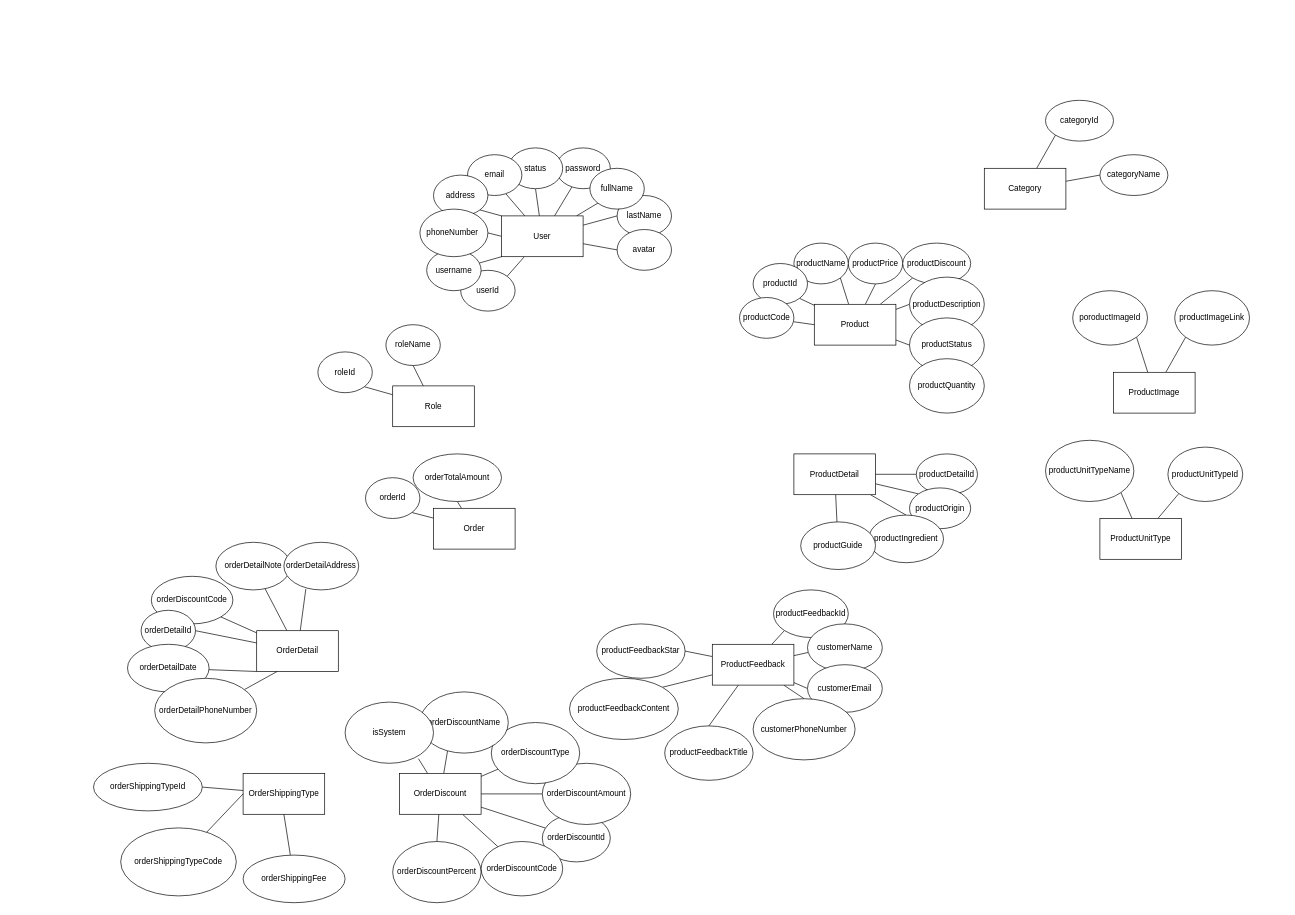
The draw.io diagram page "Entity" (1 of 2) of Documents/Database Design/DatabaseDesign.drawio in ngoclp2000/ProjectGR, before the edit. Source tidied: cells renumbered, new cells numbered last; positions are measured from the earlier drawing's top-left corner, leaving out a move shared by most shapes. Both pictures are drawn from the tidied source at 68%, with x=0, y=0 at pixel (93, 100).
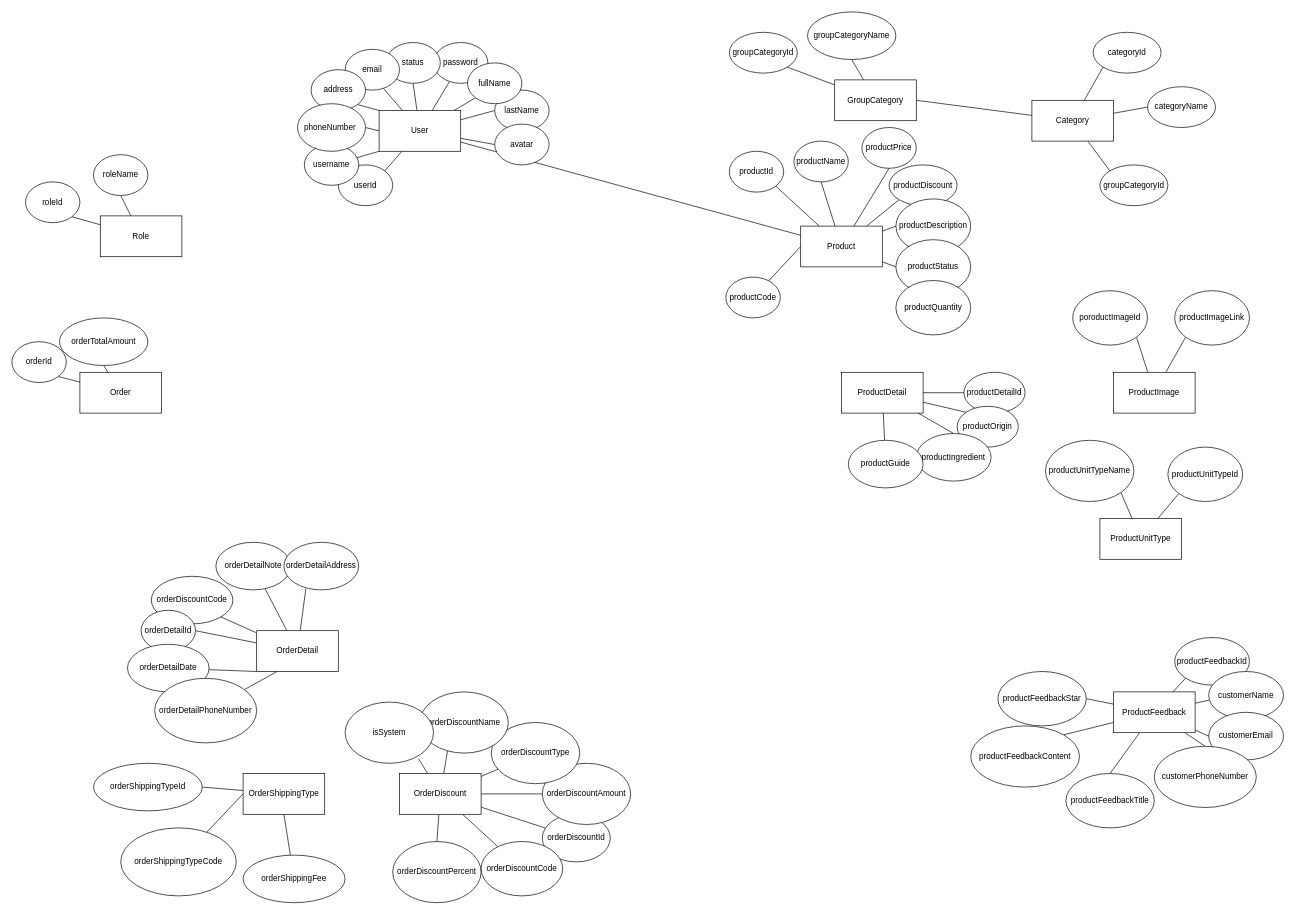
Above is the later version.

Diff of the diagram source:
```diff
@@
-    <mxCell id="3" style="edgeStyle=none;rounded=0;jettySize=auto;html=1;entryX=1;entryY=1;entryDx=0;entryDy=0;endArrow=none;endFill=0;" parent="1" edge="1" source="8" target="36">
+    <mxCell id="3" style="edgeStyle=none;rounded=0;jettySize=auto;html=1;entryX=0.5;entryY=1;entryDx=0;entryDy=0;endArrow=none;endFill=0;" parent="1" edge="1" source="8" target="36">
       <mxGeometry relative="1" as="geometry" />
     </mxCell>
@@
     <mxCell id="8" value="Product" style="rounded=0;whiteSpace=wrap;html=1;" parent="1" vertex="1">
-      <mxGeometry x="1060" y="300" width="120" height="60" as="geometry" />
+      <mxGeometry x="1040" y="185" width="120" height="60" as="geometry" />
     </mxCell>
@@
+    <mxCell id="123" style="edgeStyle=none;rounded=0;jettySize=auto;html=1;endArrow=none;endFill=0;" parent="1" edge="1" source="19" target="8">
+      <mxGeometry relative="1" as="geometry" />
+    </mxCell>
     <mxCell id="19" value="User" style="rounded=0;whiteSpace=wrap;html=1;" parent="1" vertex="1">
-      <mxGeometry x="600" y="170" width="120" height="60" as="geometry" />
+      <mxGeometry x="420" y="15" width="120" height="60" as="geometry" />
     </mxCell>
     <mxCell id="20" value="password" style="ellipse;whiteSpace=wrap;html=1;" parent="1" vertex="1">
-      <mxGeometry x="680" y="70" width="80" height="60" as="geometry" />
+      <mxGeometry x="500" y="-85" width="80" height="60" as="geometry" />
     </mxCell>
     <mxCell id="21" value="status" style="ellipse;whiteSpace=wrap;html=1;" parent="1" vertex="1">
-      <mxGeometry x="610" y="70" width="80" height="60" as="geometry" />
+      <mxGeometry x="430" y="-85" width="80" height="60" as="geometry" />
     </mxCell>
     <mxCell id="22" value="email" style="ellipse;whiteSpace=wrap;html=1;" parent="1" vertex="1">
-      <mxGeometry x="550" y="80" width="80" height="60" as="geometry" />
+      <mxGeometry x="370" y="-75" width="80" height="60" as="geometry" />
     </mxCell>
     <mxCell id="23" value="userId" style="ellipse;whiteSpace=wrap;html=1;" parent="1" vertex="1">
-      <mxGeometry x="540" y="250" width="80" height="60" as="geometry" />
+      <mxGeometry x="360" y="95" width="80" height="60" as="geometry" />
     </mxCell>
     <mxCell id="24" value="username" style="ellipse;whiteSpace=wrap;html=1;" parent="1" vertex="1">
-      <mxGeometry x="490" y="220" width="80" height="60" as="geometry" />
+      <mxGeometry x="310" y="65" width="80" height="60" as="geometry" />
     </mxCell>
     <mxCell id="25" value="address" style="ellipse;whiteSpace=wrap;html=1;" parent="1" vertex="1">
-      <mxGeometry x="500" y="110" width="80" height="60" as="geometry" />
+      <mxGeometry x="320" y="-45" width="80" height="60" as="geometry" />
     </mxCell>
     <mxCell id="26" value="phoneNumber&lt;span style=&quot;white-space: pre;&quot;&gt;&#9;&lt;/span&gt;" style="ellipse;whiteSpace=wrap;html=1;" parent="1" vertex="1">
-      <mxGeometry x="480" y="160" width="100" height="70" as="geometry" />
+      <mxGeometry x="300" y="5" width="100" height="70" as="geometry" />
     </mxCell>
     <mxCell id="27" value="lastName" style="ellipse;whiteSpace=wrap;html=1;" parent="1" vertex="1">
-      <mxGeometry x="770" y="140" width="80" height="60" as="geometry" />
+      <mxGeometry x="590" y="-15" width="80" height="60" as="geometry" />
     </mxCell>
     <mxCell id="28" value="fullName" style="ellipse;whiteSpace=wrap;html=1;" parent="1" vertex="1">
-      <mxGeometry x="730" y="100" width="80" height="60" as="geometry" />
+      <mxGeometry x="550" y="-55" width="80" height="60" as="geometry" />
     </mxCell>
     <mxCell id="29" value="avatar" style="ellipse;whiteSpace=wrap;html=1;" parent="1" vertex="1">
-      <mxGeometry x="770" y="190" width="80" height="60" as="geometry" />
+      <mxGeometry x="590" y="35" width="80" height="60" as="geometry" />
     </mxCell>
@@
     <mxCell id="32" value="Role" style="rounded=0;whiteSpace=wrap;html=1;" parent="1" vertex="1">
-      <mxGeometry x="440" y="420" width="120" height="60" as="geometry" />
+      <mxGeometry x="10" y="170" width="120" height="60" as="geometry" />
     </mxCell>
     <mxCell id="33" value="roleId" style="ellipse;whiteSpace=wrap;html=1;" parent="1" vertex="1">
-      <mxGeometry x="330" y="370" width="80" height="60" as="geometry" />
+      <mxGeometry x="-100" y="120" width="80" height="60" as="geometry" />
     </mxCell>
     <mxCell id="34" value="roleName" style="ellipse;whiteSpace=wrap;html=1;" parent="1" vertex="1">
-      <mxGeometry x="430" y="330" width="80" height="60" as="geometry" />
+      <mxGeometry y="80" width="80" height="60" as="geometry" />
     </mxCell>
     <mxCell id="35" value="productPrice" style="ellipse;whiteSpace=wrap;html=1;" parent="1" vertex="1">
-      <mxGeometry x="1110" y="210" width="80" height="60" as="geometry" />
+      <mxGeometry x="1130" y="40" width="80" height="60" as="geometry" />
     </mxCell>
     <mxCell id="36" value="productName" style="ellipse;whiteSpace=wrap;html=1;" parent="1" vertex="1">
-      <mxGeometry x="1030" y="210" width="80" height="60" as="geometry" />
+      <mxGeometry x="1030" y="60" width="80" height="60" as="geometry" />
     </mxCell>
     <mxCell id="37" value="productDiscount" style="ellipse;whiteSpace=wrap;html=1;" parent="1" vertex="1">
-      <mxGeometry x="1190" y="210" width="100" height="60" as="geometry" />
+      <mxGeometry x="1170" y="95" width="100" height="60" as="geometry" />
     </mxCell>
     <mxCell id="38" value="productDescription" style="ellipse;whiteSpace=wrap;html=1;" parent="1" vertex="1">
-      <mxGeometry x="1200" y="260" width="110" height="80" as="geometry" />
+      <mxGeometry x="1180" y="145" width="110" height="80" as="geometry" />
     </mxCell>
     <mxCell id="39" value="productId" style="ellipse;whiteSpace=wrap;html=1;" parent="1" vertex="1">
-      <mxGeometry x="970" y="240" width="80" height="60" as="geometry" />
+      <mxGeometry x="935" y="75" width="80" height="60" as="geometry" />
     </mxCell>
     <mxCell id="40" value="productStatus" style="ellipse;whiteSpace=wrap;html=1;" parent="1" vertex="1">
-      <mxGeometry x="1200" y="320" width="110" height="80" as="geometry" />
+      <mxGeometry x="1180" y="205" width="110" height="80" as="geometry" />
     </mxCell>
     <mxCell id="41" value="productQuantity" style="ellipse;whiteSpace=wrap;html=1;" parent="1" vertex="1">
-      <mxGeometry x="1200" y="380" width="110" height="80" as="geometry" />
+      <mxGeometry x="1180" y="265" width="110" height="80" as="geometry" />
     </mxCell>
@@
     <mxCell id="45" value="ProductDetail" style="rounded=0;whiteSpace=wrap;html=1;" parent="1" vertex="1">
-      <mxGeometry x="1030" y="520" width="120" height="60" as="geometry" />
+      <mxGeometry x="1100" y="400" width="120" height="60" as="geometry" />
     </mxCell>
@@
     <mxCell id="47" value="productDetailId" style="ellipse;whiteSpace=wrap;html=1;" parent="1" vertex="1">
-      <mxGeometry x="1210" y="520" width="90" height="60" as="geometry" />
+      <mxGeometry x="1280" y="400" width="90" height="60" as="geometry" />
     </mxCell>
     <mxCell id="48" value="productOrigin" style="ellipse;whiteSpace=wrap;html=1;" parent="1" vertex="1">
-      <mxGeometry x="1200" y="570" width="90" height="60" as="geometry" />
+      <mxGeometry x="1270" y="450" width="90" height="60" as="geometry" />
     </mxCell>
     <mxCell id="49" value="productIngredient" style="ellipse;whiteSpace=wrap;html=1;" parent="1" vertex="1">
-      <mxGeometry x="1140" y="610" width="110" height="70" as="geometry" />
+      <mxGeometry x="1210" y="490" width="110" height="70" as="geometry" />
     </mxCell>
     <mxCell id="50" value="productGuide" style="ellipse;whiteSpace=wrap;html=1;" parent="1" vertex="1">
-      <mxGeometry x="1040" y="620" width="110" height="70" as="geometry" />
+      <mxGeometry x="1110" y="500" width="110" height="70" as="geometry" />
     </mxCell>
@@
     <mxCell id="58" value="ProductFeedback" style="rounded=0;whiteSpace=wrap;html=1;" parent="1" vertex="1">
-      <mxGeometry x="910" y="800" width="120" height="60" as="geometry" />
+      <mxGeometry x="1500" y="870" width="120" height="60" as="geometry" />
     </mxCell>
     <mxCell id="59" value="productFeedbackId" style="ellipse;whiteSpace=wrap;html=1;" parent="1" vertex="1">
-      <mxGeometry x="1000" y="720" width="110" height="70" as="geometry" />
+      <mxGeometry x="1590" y="790" width="110" height="70" as="geometry" />
     </mxCell>
     <mxCell id="60" value="customerName" style="ellipse;whiteSpace=wrap;html=1;" parent="1" vertex="1">
-      <mxGeometry x="1050" y="770" width="110" height="70" as="geometry" />
+      <mxGeometry x="1640" y="840" width="110" height="70" as="geometry" />
     </mxCell>
     <mxCell id="61" value="customerEmail" style="ellipse;whiteSpace=wrap;html=1;" parent="1" vertex="1">
-      <mxGeometry x="1050" y="830" width="110" height="70" as="geometry" />
+      <mxGeometry x="1640" y="900" width="110" height="70" as="geometry" />
     </mxCell>
     <mxCell id="62" value="customerPhoneNumber" style="ellipse;whiteSpace=wrap;html=1;" parent="1" vertex="1">
-      <mxGeometry x="970" y="880" width="150" height="90" as="geometry" />
+      <mxGeometry x="1560" y="950" width="150" height="90" as="geometry" />
     </mxCell>
     <mxCell id="63" value="productFeedbackTitle" style="ellipse;whiteSpace=wrap;html=1;" parent="1" vertex="1">
-      <mxGeometry x="840" y="920" width="130" height="80" as="geometry" />
+      <mxGeometry x="1430" y="990" width="130" height="80" as="geometry" />
     </mxCell>
     <mxCell id="64" value="productFeedbackContent" style="ellipse;whiteSpace=wrap;html=1;" parent="1" vertex="1">
-      <mxGeometry x="700" y="850" width="160" height="90" as="geometry" />
+      <mxGeometry x="1290" y="920" width="160" height="90" as="geometry" />
     </mxCell>
     <mxCell id="65" value="productFeedbackStar" style="ellipse;whiteSpace=wrap;html=1;" parent="1" vertex="1">
-      <mxGeometry x="740" y="770" width="130" height="80" as="geometry" />
+      <mxGeometry x="1330" y="840" width="130" height="80" as="geometry" />
     </mxCell>
@@
     <mxCell id="77" value="productCode" style="ellipse;whiteSpace=wrap;html=1;" parent="1" vertex="1">
-      <mxGeometry x="950" y="290" width="80" height="60" as="geometry" />
+      <mxGeometry x="930" y="260" width="80" height="60" as="geometry" />
     </mxCell>
@@
     <mxCell id="80" value="Order" style="rounded=0;whiteSpace=wrap;html=1;" parent="1" vertex="1">
-      <mxGeometry x="500" y="600" width="120" height="60" as="geometry" />
+      <mxGeometry x="-20" y="400" width="120" height="60" as="geometry" />
     </mxCell>
     <mxCell id="81" value="orderId" style="ellipse;whiteSpace=wrap;html=1;" parent="1" vertex="1">
-      <mxGeometry x="400" y="555" width="80" height="60" as="geometry" />
+      <mxGeometry x="-120" y="355" width="80" height="60" as="geometry" />
     </mxCell>
@@
     <mxCell id="83" value="orderTotalAmount" style="ellipse;whiteSpace=wrap;html=1;" parent="1" vertex="1">
-      <mxGeometry x="470" y="520" width="130" height="70" as="geometry" />
+      <mxGeometry x="-50" y="320" width="130" height="70" as="geometry" />
     </mxCell>
@@
+    <mxCell id="124" style="rounded=0;jettySize=auto;html=1;entryX=0;entryY=0;entryDx=0;entryDy=0;endArrow=none;endFill=0;" parent="1" edge="1" source="114" target="129">
+      <mxGeometry relative="1" as="geometry" />
+    </mxCell>
+    <mxCell id="125" style="edgeStyle=none;rounded=0;jettySize=auto;html=1;entryX=1;entryY=0.5;entryDx=0;entryDy=0;endArrow=none;endFill=0;" parent="1" edge="1" source="114" target="128">
+      <mxGeometry relative="1" as="geometry" />
+    </mxCell>
     <mxCell id="114" value="Category" style="rounded=0;whiteSpace=wrap;html=1;" parent="1" vertex="1">
-      <mxGeometry x="1310" y="100" width="120" height="60" as="geometry" />
+      <mxGeometry x="1380" width="120" height="60" as="geometry" />
     </mxCell>
     <mxCell id="115" value="categoryId" style="ellipse;whiteSpace=wrap;html=1;" parent="1" vertex="1">
-      <mxGeometry x="1400" width="100" height="60" as="geometry" />
+      <mxGeometry x="1470" y="-100" width="100" height="60" as="geometry" />
     </mxCell>
     <mxCell id="116" value="categoryName" style="ellipse;whiteSpace=wrap;html=1;" parent="1" vertex="1">
-      <mxGeometry x="1480" y="80" width="100" height="60" as="geometry" />
+      <mxGeometry x="1550" y="-20" width="100" height="60" as="geometry" />
     </mxCell>
@@
+    <mxCell id="126" style="edgeStyle=none;rounded=0;jettySize=auto;html=1;entryX=1;entryY=1;entryDx=0;entryDy=0;endArrow=none;endFill=0;" parent="1" edge="1" source="128" target="131">
+      <mxGeometry relative="1" as="geometry" />
+    </mxCell>
+    <mxCell id="127" style="edgeStyle=none;rounded=0;jettySize=auto;html=1;entryX=0.5;entryY=1;entryDx=0;entryDy=0;endArrow=none;endFill=0;" parent="1" edge="1" source="128" target="130">
+      <mxGeometry relative="1" as="geometry" />
+    </mxCell>
+    <mxCell id="128" value="GroupCategory" style="rounded=0;whiteSpace=wrap;html=1;" parent="1" vertex="1">
+      <mxGeometry x="1090" y="-30" width="120" height="60" as="geometry" />
+    </mxCell>
+    <mxCell id="129" value="groupCategoryId" style="ellipse;whiteSpace=wrap;html=1;" parent="1" vertex="1">
+      <mxGeometry x="1480" y="95" width="100" height="60" as="geometry" />
+    </mxCell>
+    <mxCell id="130" value="groupCategoryName" style="ellipse;whiteSpace=wrap;html=1;" parent="1" vertex="1">
+      <mxGeometry x="1050" y="-130" width="130" height="70" as="geometry" />
+    </mxCell>
+    <mxCell id="131" value="groupCategoryId" style="ellipse;whiteSpace=wrap;html=1;" parent="1" vertex="1">
+      <mxGeometry x="935" y="-100" width="100" height="60" as="geometry" />
+    </mxCell>
```
